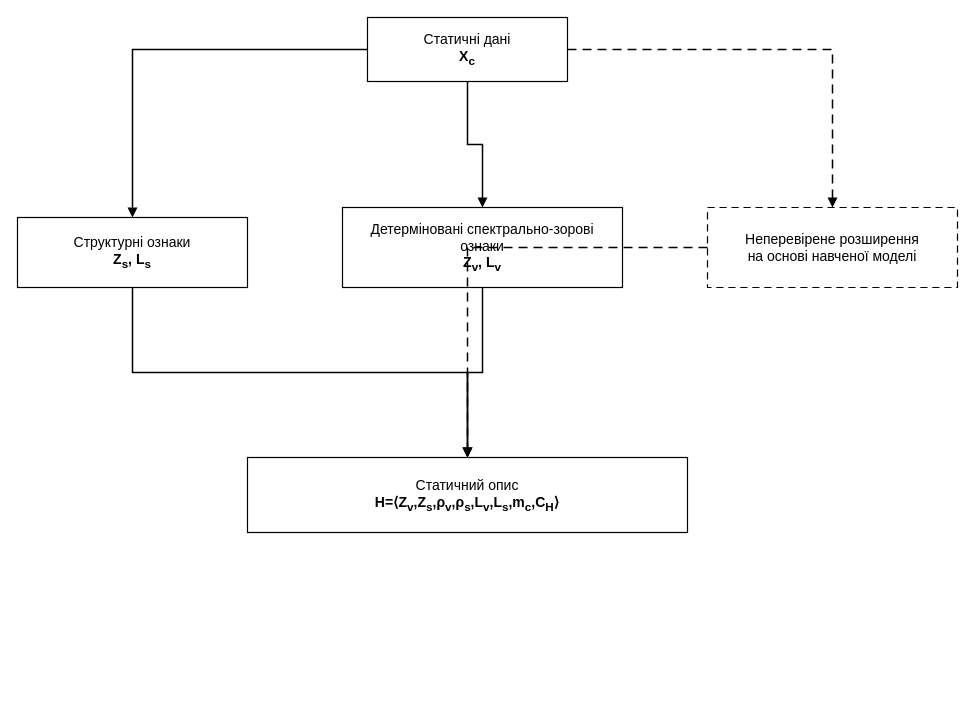
Above: title/figures_drawio/fig_3_2_spectral_visual_structural_method.drawio in oleksandrmelnychenko/dima-phd (draw.io), before the change. Source tidied: cells renumbered, new cells numbered last; positions are measured from the earlier drawing's top-left corner, leaving out a move shared by most shapes. Both pictures are drawn from the tidied source at 100%, with x=0, y=0 at pixel (17, 17).
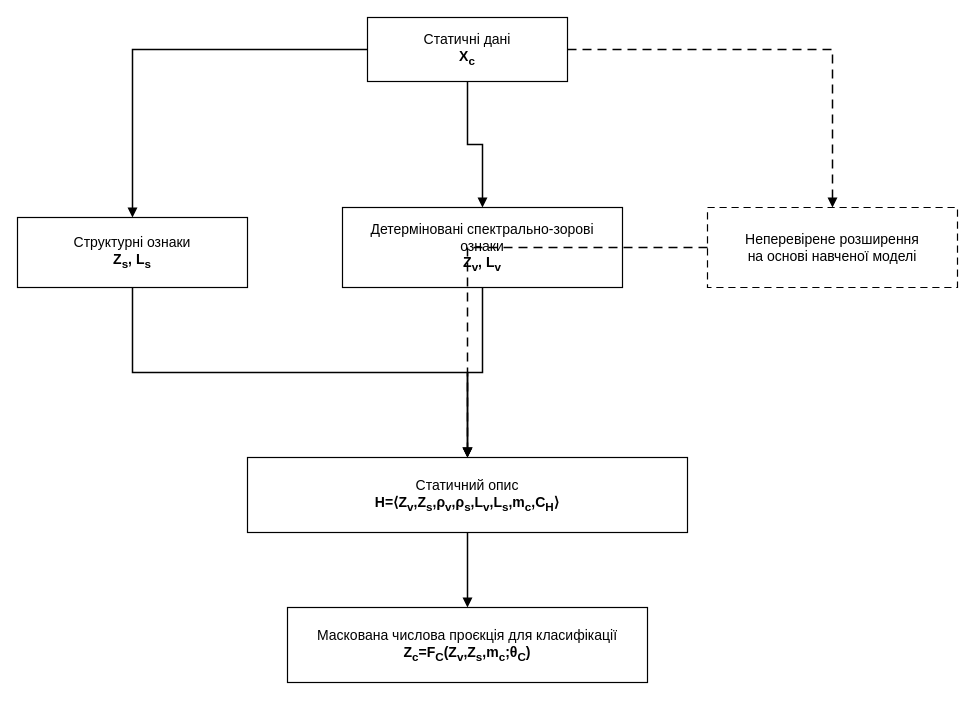
Above is the later version.

Diff of the diagram source:
```diff
@@
 <mxGraphModel>
   <root>
     <mxCell id="0" />
     <mxCell id="1" parent="0" />
     <mxCell id="2" value="Статичні дані&lt;br&gt;&lt;b&gt;X&lt;sub&gt;c&lt;/sub&gt;&lt;/b&gt;" style="rounded=0;whiteSpace=wrap;html=1;fillColor=#ffffff;strokeColor=#000000;strokeWidth=1.2;fontColor=#000000;fontSize=14;align=center;verticalAlign=middle;spacing=8;" parent="1" vertex="1">
       <mxGeometry x="350" width="200" height="64" as="geometry" />
     </mxCell>
     <mxCell id="3" value="Структурні ознаки&lt;br&gt;&lt;b&gt;Z&lt;sub&gt;s&lt;/sub&gt;, L&lt;sub&gt;s&lt;/sub&gt;&lt;/b&gt;" style="rounded=0;whiteSpace=wrap;html=1;fillColor=#ffffff;strokeColor=#000000;strokeWidth=1.2;fontColor=#000000;fontSize=14;align=center;verticalAlign=middle;spacing=8;" parent="1" vertex="1">
       <mxGeometry y="200" width="230" height="70" as="geometry" />
     </mxCell>
     <mxCell id="4" value="Детерміновані спектрально-зорові ознаки&lt;br&gt;&lt;b&gt;Z&lt;sub&gt;v&lt;/sub&gt;, L&lt;sub&gt;v&lt;/sub&gt;&lt;/b&gt;" style="rounded=0;whiteSpace=wrap;html=1;fillColor=#ffffff;strokeColor=#000000;strokeWidth=1.2;fontColor=#000000;fontSize=14;align=center;verticalAlign=middle;spacing=8;" parent="1" vertex="1">
       <mxGeometry x="325" y="190" width="280" height="80" as="geometry" />
     </mxCell>
     <mxCell id="5" value="Неперевірене розширення&lt;br&gt;на основі навченої моделі" style="rounded=0;whiteSpace=wrap;html=1;fillColor=#ffffff;strokeColor=#000000;strokeWidth=1.2;fontColor=#000000;fontSize=14;align=center;verticalAlign=middle;spacing=8;dashed=1;dashPattern=6 4;" parent="1" vertex="1">
       <mxGeometry x="690" y="190" width="250" height="80" as="geometry" />
     </mxCell>
     <mxCell id="6" value="Статичний опис&lt;br&gt;&lt;b&gt;H=⟨Z&lt;sub&gt;v&lt;/sub&gt;,Z&lt;sub&gt;s&lt;/sub&gt;,ρ&lt;sub&gt;v&lt;/sub&gt;,ρ&lt;sub&gt;s&lt;/sub&gt;,L&lt;sub&gt;v&lt;/sub&gt;,L&lt;sub&gt;s&lt;/sub&gt;,m&lt;sub&gt;c&lt;/sub&gt;,C&lt;sub&gt;H&lt;/sub&gt;⟩&lt;/b&gt;" style="rounded=0;whiteSpace=wrap;html=1;fillColor=#ffffff;strokeColor=#000000;strokeWidth=1.2;fontColor=#000000;fontSize=14;align=center;verticalAlign=middle;spacing=8;" parent="1" vertex="1">
       <mxGeometry x="230" y="440" width="440" height="75" as="geometry" />
     </mxCell>
+    <mxCell id="13" value="Маскована числова проєкція для класифікації&lt;br&gt;&lt;b&gt;Z&lt;sub&gt;c&lt;/sub&gt;=F&lt;sub&gt;C&lt;/sub&gt;(Z&lt;sub&gt;v&lt;/sub&gt;,Z&lt;sub&gt;s&lt;/sub&gt;,m&lt;sub&gt;c&lt;/sub&gt;;θ&lt;sub&gt;C&lt;/sub&gt;)&lt;/b&gt;" style="rounded=0;whiteSpace=wrap;html=1;fillColor=#ffffff;strokeColor=#000000;strokeWidth=1.2;fontColor=#000000;fontSize=14;align=center;verticalAlign=middle;spacing=8;" parent="1" vertex="1">
+      <mxGeometry x="270" y="590" width="360" height="75" as="geometry" />
+    </mxCell>
     <mxCell id="7" style="edgeStyle=orthogonalEdgeStyle;rounded=0;jettySize=auto;html=1;endArrow=block;endFill=1;strokeColor=#000000;strokeWidth=1.5;" parent="1" edge="1" source="2" target="3">
       <mxGeometry relative="1" as="geometry" />
     </mxCell>
     <mxCell id="8" style="edgeStyle=orthogonalEdgeStyle;rounded=0;jettySize=auto;html=1;endArrow=block;endFill=1;strokeColor=#000000;strokeWidth=1.5;" parent="1" edge="1" source="2" target="4">
       <mxGeometry relative="1" as="geometry" />
     </mxCell>
     <mxCell id="9" style="edgeStyle=orthogonalEdgeStyle;rounded=0;jettySize=auto;html=1;endArrow=block;endFill=1;strokeColor=#000000;strokeWidth=1.5;dashed=1;dashPattern=6 4;" parent="1" edge="1" source="2" target="5">
       <mxGeometry relative="1" as="geometry" />
     </mxCell>
     <mxCell id="10" style="edgeStyle=orthogonalEdgeStyle;rounded=0;jettySize=auto;html=1;endArrow=block;endFill=1;strokeColor=#000000;strokeWidth=1.5;" parent="1" edge="1" source="3" target="6">
       <mxGeometry relative="1" as="geometry" />
     </mxCell>
     <mxCell id="11" style="edgeStyle=orthogonalEdgeStyle;rounded=0;jettySize=auto;html=1;endArrow=block;endFill=1;strokeColor=#000000;strokeWidth=1.5;" parent="1" edge="1" source="4" target="6">
       <mxGeometry relative="1" as="geometry" />
     </mxCell>
     <mxCell id="12" style="edgeStyle=orthogonalEdgeStyle;rounded=0;jettySize=auto;html=1;endArrow=block;endFill=1;strokeColor=#000000;strokeWidth=1.5;dashed=1;dashPattern=6 4;" parent="1" edge="1" source="5" target="6">
       <mxGeometry relative="1" as="geometry" />
     </mxCell>
+    <mxCell id="14" style="edgeStyle=orthogonalEdgeStyle;rounded=0;jettySize=auto;html=1;endArrow=block;endFill=1;strokeColor=#000000;strokeWidth=1.5;" parent="1" edge="1" source="6" target="13">
+      <mxGeometry relative="1" as="geometry" />
+    </mxCell>
   </root>
 </mxGraphModel>
```
